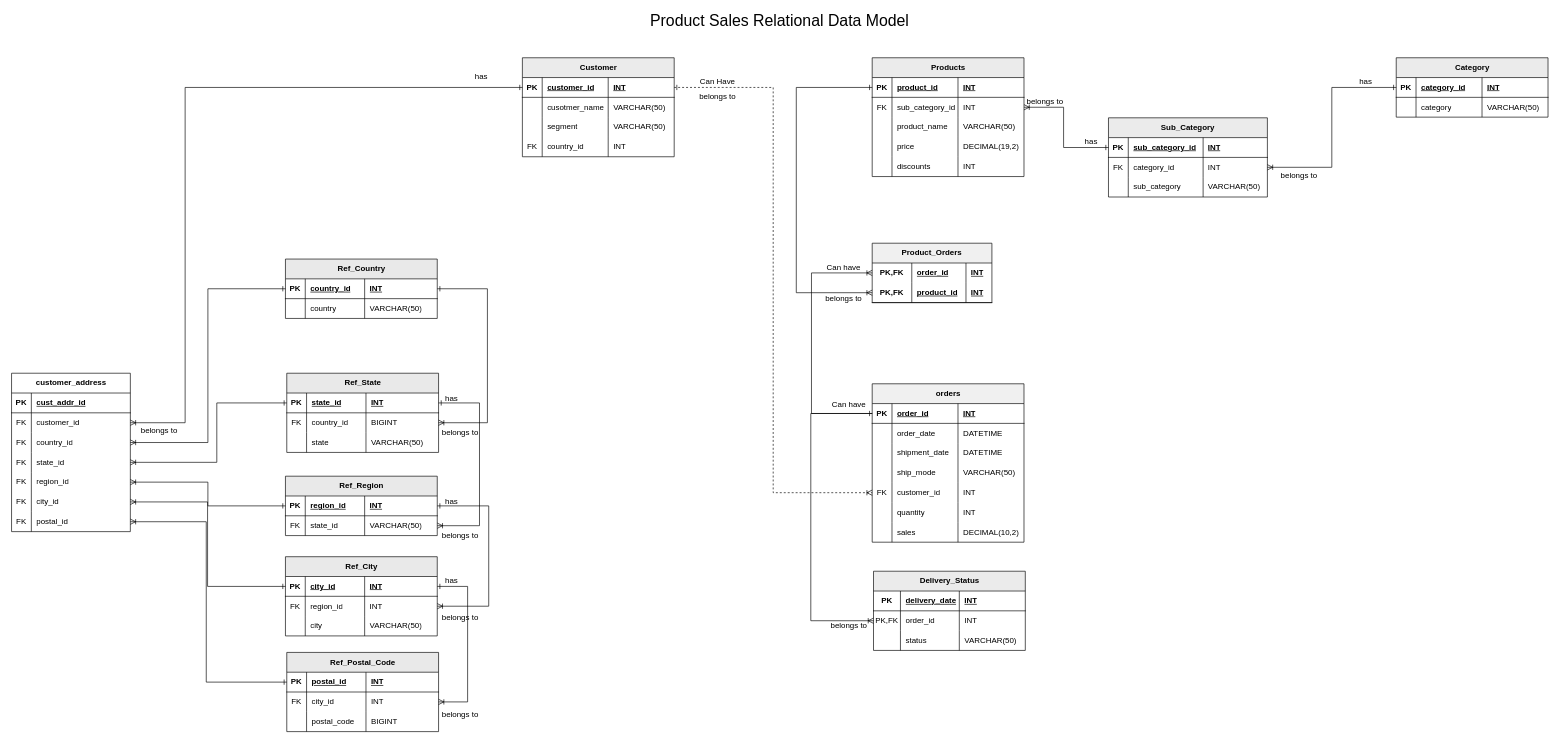
Above: page "product_sales_oltp_dm" (2 of 3) of data_modelling/Entity_Relationship_Diagram/relationships/relationships.drawio in HariHaraChandar0715/Data_Warehouse_Learnings (draw.io), before the change. Source tidied: cells renumbered, new cells numbered last; positions are measured from the earlier drawing's top-left corner, leaving out a move shared by most shapes. Both pictures are drawn from the tidied source at 66%, with x=0, y=0 at pixel (11, 11).
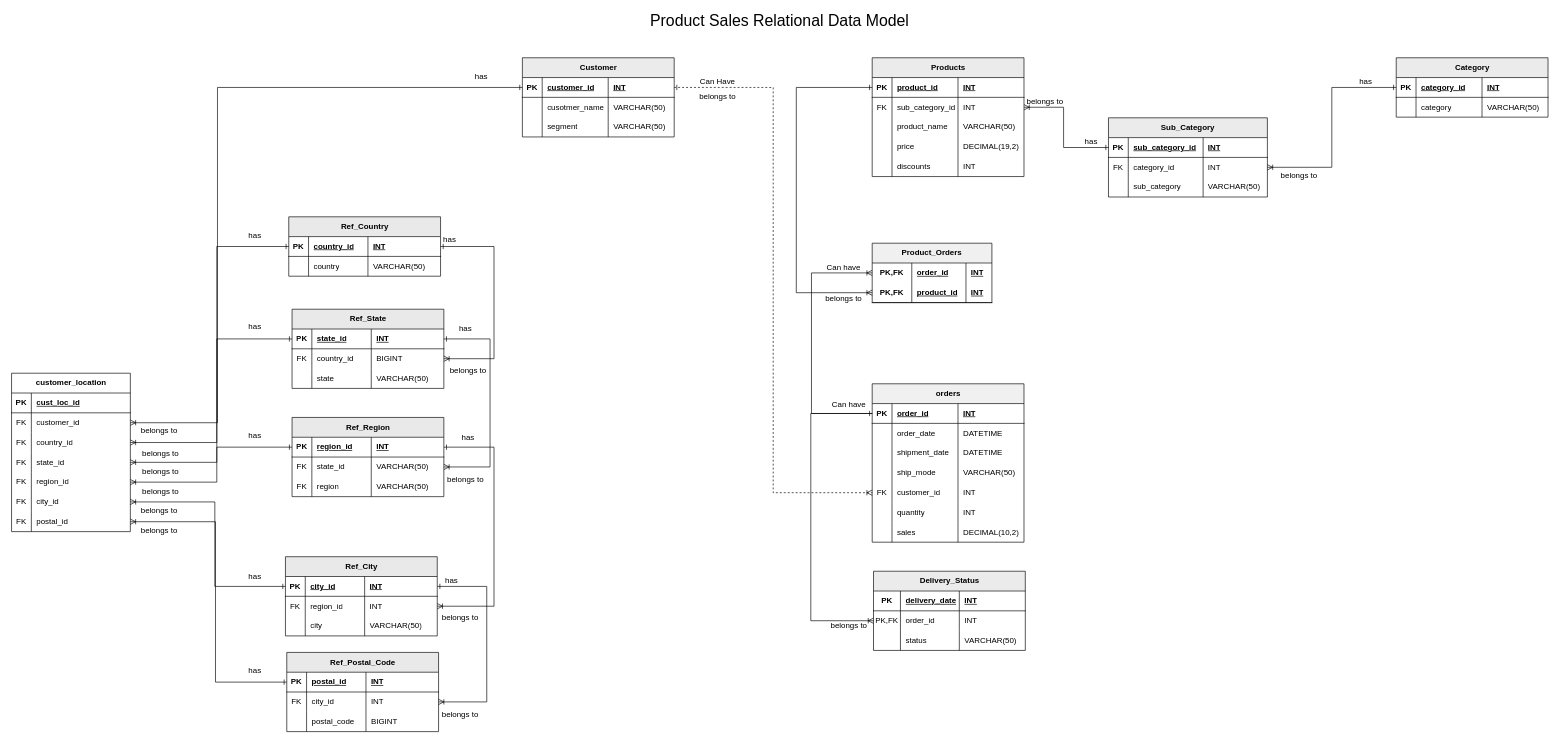
Above is the later version.

The change refers to these unchanged cells:
```xml
<mxCell id="3" style="shape=tableRow;horizontal=0;startSize=0;swimlaneHead=0;swimlaneBody=0;fillColor=none;points=[[0,0.5],[1,0.5]];portConstraint=eastwest;top=0;left=0;right=0;bottom=1;" parent="2" vertex="1">
  <mxGeometry y="30" width="230" height="30" as="geometry" />
</mxCell>
<mxCell id="20" style="shape=tableRow;horizontal=0;startSize=0;swimlaneHead=0;swimlaneBody=0;fillColor=none;points=[[0,0.5],[1,0.5]];portConstraint=eastwest;top=0;left=0;right=0;bottom=1;" parent="19" vertex="1">
  <mxGeometry y="30" width="230" height="30" as="geometry" />
</mxCell>
<mxCell id="29" style="shape=tableRow;horizontal=0;startSize=0;swimlaneHead=0;swimlaneBody=0;fillColor=none;points=[[0,0.5],[1,0.5]];portConstraint=eastwest;top=0;left=0;right=0;bottom=1;" parent="28" vertex="1">
  <mxGeometry y="30" width="230" height="30" as="geometry" />
</mxCell>
<mxCell id="105" style="shape=tableRow;horizontal=0;startSize=0;swimlaneHead=0;swimlaneBody=0;fillColor=none;points=[[0,0.5],[1,0.5]];portConstraint=eastwest;top=0;left=0;right=0;bottom=1;html=1;" parent="100" vertex="1">
  <mxGeometry y="60" width="181.4" height="30" as="geometry" />
</mxCell>
<mxCell id="113" style="shape=tableRow;horizontal=0;startSize=0;swimlaneHead=0;swimlaneBody=0;fillColor=none;points=[[0,0.5],[1,0.5]];portConstraint=eastwest;top=0;left=0;right=0;bottom=1;" parent="112" vertex="1">
  <mxGeometry y="30" width="230" height="30" as="geometry" />
</mxCell>
<mxCell id="117" style="shape=tableRow;horizontal=0;startSize=0;swimlaneHead=0;swimlaneBody=0;fillColor=none;points=[[0,0.5],[1,0.5]];portConstraint=eastwest;top=0;left=0;right=0;bottom=0;" parent="112" vertex="1">
  <mxGeometry y="60" width="230" height="30" as="geometry" />
</mxCell>
<mxCell id="126" style="shape=tableRow;horizontal=0;startSize=0;swimlaneHead=0;swimlaneBody=0;fillColor=none;points=[[0,0.5],[1,0.5]];portConstraint=eastwest;top=0;left=0;right=0;bottom=1;" parent="125" vertex="1">
  <mxGeometry y="30" width="230" height="30" as="geometry" />
</mxCell>
<mxCell id="130" style="shape=tableRow;horizontal=0;startSize=0;swimlaneHead=0;swimlaneBody=0;fillColor=none;points=[[0,0.5],[1,0.5]];portConstraint=eastwest;top=0;left=0;right=0;bottom=0;" parent="125" vertex="1">
  <mxGeometry y="60" width="230" height="30" as="geometry" />
</mxCell>
<mxCell id="135" style="shape=tableRow;horizontal=0;startSize=0;swimlaneHead=0;swimlaneBody=0;fillColor=none;points=[[0,0.5],[1,0.5]];portConstraint=eastwest;top=0;left=0;right=0;bottom=1;" parent="134" vertex="1">
  <mxGeometry y="30" width="230" height="30" as="geometry" />
</mxCell>
<mxCell id="139" style="shape=tableRow;horizontal=0;startSize=0;swimlaneHead=0;swimlaneBody=0;fillColor=none;points=[[0,0.5],[1,0.5]];portConstraint=eastwest;top=0;left=0;right=0;bottom=0;" parent="134" vertex="1">
  <mxGeometry y="60" width="230" height="30" as="geometry" />
</mxCell>
<mxCell id="148" style="shape=tableRow;horizontal=0;startSize=0;swimlaneHead=0;swimlaneBody=0;fillColor=none;points=[[0,0.5],[1,0.5]];portConstraint=eastwest;top=0;left=0;right=0;bottom=1;" parent="147" vertex="1">
  <mxGeometry y="30" width="230" height="30" as="geometry" />
</mxCell>
<mxCell id="152" style="shape=tableRow;horizontal=0;startSize=0;swimlaneHead=0;swimlaneBody=0;fillColor=none;points=[[0,0.5],[1,0.5]];portConstraint=eastwest;top=0;left=0;right=0;bottom=0;" parent="147" vertex="1">
  <mxGeometry y="60" width="230" height="30" as="geometry" />
</mxCell>
<mxCell id="201" style="shape=tableRow;horizontal=0;startSize=0;swimlaneHead=0;swimlaneBody=0;fillColor=none;top=0;left=0;right=0;bottom=1;" parent="200" vertex="1">
  <mxGeometry y="30" width="180" height="30" as="geometry" />
</mxCell>
<mxCell id="204" style="shape=tableRow;horizontal=0;startSize=0;swimlaneHead=0;swimlaneBody=0;fillColor=none;points=[[0,0.5],[1,0.5]];portConstraint=eastwest;top=0;left=0;right=0;bottom=0;" parent="200" vertex="1">
  <mxGeometry y="60" width="180" height="30" as="geometry" />
</mxCell>
<mxCell id="207" style="shape=tableRow;horizontal=0;startSize=0;swimlaneHead=0;swimlaneBody=0;fillColor=none;points=[[0,0.5],[1,0.5]];portConstraint=eastwest;top=0;left=0;right=0;bottom=0;" parent="200" vertex="1">
  <mxGeometry y="90" width="180" height="30" as="geometry" />
</mxCell>
<mxCell id="210" style="shape=tableRow;horizontal=0;startSize=0;swimlaneHead=0;swimlaneBody=0;fillColor=none;points=[[0,0.5],[1,0.5]];portConstraint=eastwest;top=0;left=0;right=0;bottom=0;" parent="200" vertex="1">
  <mxGeometry y="120" width="180" height="30" as="geometry" />
</mxCell>
<mxCell id="213" style="shape=tableRow;horizontal=0;startSize=0;swimlaneHead=0;swimlaneBody=0;fillColor=none;points=[[0,0.5],[1,0.5]];portConstraint=eastwest;top=0;left=0;right=0;bottom=0;" parent="200" vertex="1">
  <mxGeometry y="150" width="180" height="30" as="geometry" />
</mxCell>
<mxCell id="216" style="shape=tableRow;horizontal=0;startSize=0;swimlaneHead=0;swimlaneBody=0;fillColor=none;points=[[0,0.5],[1,0.5]];portConstraint=eastwest;top=0;left=0;right=0;bottom=0;" parent="200" vertex="1">
  <mxGeometry y="180" width="180" height="30" as="geometry" />
</mxCell>
<mxCell id="219" style="shape=tableRow;horizontal=0;startSize=0;swimlaneHead=0;swimlaneBody=0;fillColor=none;points=[[0,0.5],[1,0.5]];portConstraint=eastwest;top=0;left=0;right=0;bottom=0;" parent="200" vertex="1">
  <mxGeometry y="210" width="180" height="30" as="geometry" />
</mxCell>
```

Diff of the diagram source:
```diff
@@
     <mxCell id="2" value="Customer" style="shape=table;startSize=30;childLayout=tableLayout;rowLines=0;fontStyle=1;align=center;html=1;fillColor=#EBEBEB;" parent="1" vertex="1">
-      <mxGeometry x="774" y="70" width="230" height="150" as="geometry" />
+      <mxGeometry x="774" y="70" width="230" height="120" as="geometry" />
     </mxCell>
@@
-    <mxCell id="15" style="shape=tableRow;horizontal=0;startSize=0;swimlaneHead=0;swimlaneBody=0;fillColor=none;top=0;left=0;right=0;bottom=0;" parent="2" vertex="1">
-      <mxGeometry y="120" width="230" height="30" as="geometry" />
-    </mxCell>
-    <mxCell id="16" value="FK" style="shape=partialRectangle;fillColor=none;top=0;left=0;bottom=0;right=0;overflow=hidden;whiteSpace=wrap;html=1;" parent="15" vertex="1">
-      <mxGeometry width="30" height="30" as="geometry" />
-    </mxCell>
-    <mxCell id="17" value="country_id" style="shape=partialRectangle;fillColor=none;top=0;left=0;bottom=0;right=0;align=left;spacingLeft=6;overflow=hidden;whiteSpace=wrap;html=1;" parent="15" vertex="1">
-      <mxGeometry x="30" width="100" height="30" as="geometry" />
-    </mxCell>
-    <mxCell id="18" value="INT" style="shape=partialRectangle;fillColor=none;top=0;left=0;bottom=0;right=0;align=left;spacingLeft=6;overflow=hidden;whiteSpace=wrap;html=1;" parent="15" vertex="1">
-      <mxGeometry x="130" width="100" height="30" as="geometry" />
-    </mxCell>
     <mxCell id="19" value="Ref_Country" style="shape=table;startSize=30;childLayout=tableLayout;rowLines=0;fontStyle=1;align=center;html=1;fillColor=#E9E9E9;" parent="1" vertex="1">
-      <mxGeometry x="415" y="375" width="230" height="90" as="geometry" />
+      <mxGeometry x="420" y="311" width="230" height="90" as="geometry" />
     </mxCell>
@@
-    <mxCell id="109" style="edgeStyle=orthogonalEdgeStyle;fontSize=12;html=1;endArrow=ERoneToMany;rounded=0;exitX=0;exitY=0.5;exitDx=0;exitDy=0;entryX=0;entryY=0.5;entryDx=0;entryDy=0;startArrow=ERone;startFill=0;" parent="1" edge="1" source="29" target="105">
+    <mxCell id="109" style="edgeStyle=orthogonalEdgeStyle;fontSize=12;html=1;endArrow=ERoneToMany;rounded=0;exitX=0;exitY=0.5;exitDx=0;exitDy=0;entryX=0;entryY=0.5;entryDx=0;entryDy=0;startArrow=ERone;startFill=0;strokeColor=default;" parent="1" edge="1" source="29" target="105">
       <mxGeometry relative="1" as="geometry">
         <Array as="points">
           <mxPoint x="1189" y="115" />
           <mxPoint x="1189" y="426" />
         </Array>
       </mxGeometry>
     </mxCell>
@@
     <mxCell id="112" value="Ref_State" style="shape=table;startSize=30;childLayout=tableLayout;rowLines=0;fontStyle=1;align=center;html=1;fillColor=#E9E9E9;" parent="1" vertex="1">
-      <mxGeometry x="417" y="548" width="230" height="120" as="geometry" />
+      <mxGeometry x="425" y="451" width="230" height="120" as="geometry" />
     </mxCell>
@@
     <mxCell id="125" value="Ref_Region" style="shape=table;startSize=30;childLayout=tableLayout;rowLines=0;fontStyle=1;align=center;html=1;fillColor=#E9E9E9;" parent="1" vertex="1">
-      <mxGeometry x="415" y="704" width="230" height="90" as="geometry" />
+      <mxGeometry x="425" y="615" width="230" height="120" as="geometry" />
     </mxCell>
@@
+    <mxCell id="228" style="shape=tableRow;horizontal=0;startSize=0;swimlaneHead=0;swimlaneBody=0;fillColor=none;top=0;left=0;right=0;bottom=0;" parent="125" vertex="1">
+      <mxGeometry y="90" width="230" height="30" as="geometry" />
+    </mxCell>
+    <mxCell id="16" value="FK" style="shape=partialRectangle;fillColor=none;top=0;left=0;bottom=0;right=0;overflow=hidden;whiteSpace=wrap;html=1;" parent="228" vertex="1">
+      <mxGeometry width="30" height="30" as="geometry" />
+    </mxCell>
+    <mxCell id="229" value="region" style="shape=partialRectangle;fillColor=none;top=0;left=0;bottom=0;right=0;align=left;spacingLeft=6;overflow=hidden;whiteSpace=wrap;html=1;" parent="228" vertex="1">
+      <mxGeometry x="30" width="90" height="30" as="geometry" />
+    </mxCell>
+    <mxCell id="230" value="VARCHAR(50)" style="shape=partialRectangle;fillColor=none;top=0;left=0;bottom=0;right=0;align=left;spacingLeft=6;overflow=hidden;whiteSpace=wrap;html=1;" parent="228" vertex="1">
+      <mxGeometry x="120" width="110" height="30" as="geometry" />
+    </mxCell>
@@
-    <mxCell id="160" style="edgeStyle=orthogonalEdgeStyle;fontSize=12;html=1;endArrow=ERoneToMany;rounded=0;exitX=1;exitY=0.5;exitDx=0;exitDy=0;entryX=1;entryY=0.5;entryDx=0;entryDy=0;startArrow=ERone;startFill=0;" parent="1" edge="1" source="113" target="130">
-      <mxGeometry relative="1" as="geometry">
-        <Array as="points">
-          <mxPoint x="709" y="593" />
-          <mxPoint x="709" y="779" />
-        </Array>
-      </mxGeometry>
-    </mxCell>
-    <mxCell id="161" style="edgeStyle=orthogonalEdgeStyle;fontSize=12;html=1;endArrow=ERoneToMany;rounded=0;exitX=1;exitY=0.5;exitDx=0;exitDy=0;entryX=1;entryY=0.5;entryDx=0;entryDy=0;startArrow=ERone;startFill=0;" parent="1" edge="1" source="126" target="139">
-      <mxGeometry relative="1" as="geometry">
-        <Array as="points">
-          <mxPoint x="723" y="749" />
-          <mxPoint x="723" y="901" />
-        </Array>
-      </mxGeometry>
-    </mxCell>
     <mxCell id="162" style="edgeStyle=orthogonalEdgeStyle;fontSize=12;html=1;endArrow=ERoneToMany;rounded=0;exitX=1;exitY=0.5;exitDx=0;exitDy=0;entryX=1;entryY=0.5;entryDx=0;entryDy=0;startArrow=ERone;startFill=0;" parent="1" edge="1" source="135" target="152">
       <mxGeometry relative="1" as="geometry">
         <Array as="points">
-          <mxPoint x="691" y="871" />
-          <mxPoint x="691" y="1046" />
+          <mxPoint x="720" y="871" />
+          <mxPoint x="720" y="1046" />
         </Array>
       </mxGeometry>
     </mxCell>
@@
     <mxCell id="192" value="has" style="text;html=1;whiteSpace=wrap;strokeColor=none;fillColor=none;align=center;verticalAlign=middle;rounded=0;" parent="1" vertex="1">
-      <mxGeometry x="637" y="571" width="60" height="30" as="geometry" />
+      <mxGeometry x="634" y="331" width="60" height="30" as="geometry" />
     </mxCell>
     <mxCell id="193" value="has" style="text;html=1;whiteSpace=wrap;strokeColor=none;fillColor=none;align=center;verticalAlign=middle;rounded=0;" parent="1" vertex="1">
-      <mxGeometry x="637" y="727" width="60" height="30" as="geometry" />
+      <mxGeometry x="662" y="631" width="60" height="30" as="geometry" />
     </mxCell>
@@
     <mxCell id="197" value="belongs to" style="text;html=1;whiteSpace=wrap;strokeColor=none;fillColor=none;align=center;verticalAlign=middle;rounded=0;" parent="1" vertex="1">
-      <mxGeometry x="650" y="779" width="60" height="30" as="geometry" />
+      <mxGeometry x="658" y="695" width="60" height="30" as="geometry" />
     </mxCell>
     <mxCell id="198" value="belongs to" style="text;html=1;whiteSpace=wrap;strokeColor=none;fillColor=none;align=center;verticalAlign=middle;rounded=0;" parent="1" vertex="1">
-      <mxGeometry x="650" y="623" width="60" height="30" as="geometry" />
+      <mxGeometry x="662" y="529" width="60" height="30" as="geometry" />
     </mxCell>
-    <mxCell id="199" style="edgeStyle=orthogonalEdgeStyle;fontSize=12;html=1;endArrow=ERoneToMany;rounded=0;exitX=1;exitY=0.5;exitDx=0;exitDy=0;entryX=1;entryY=0.5;entryDx=0;entryDy=0;startArrow=ERone;startFill=0;" parent="1" edge="1" source="20" target="117">
-      <mxGeometry relative="1" as="geometry">
-        <Array as="points">
-          <mxPoint x="721" y="420" />
-          <mxPoint x="721" y="623" />
-        </Array>
-      </mxGeometry>
-    </mxCell>
-    <mxCell id="200" value="customer_address" style="shape=table;startSize=30;childLayout=tableLayout;rowLines=0;fontStyle=1;align=center;html=1;" parent="1" vertex="1">
+    <mxCell id="200" value="customer_location" style="shape=table;startSize=30;childLayout=tableLayout;rowLines=0;fontStyle=1;align=center;html=1;" parent="1" vertex="1">
       <mxGeometry y="548" width="180" height="240" as="geometry" />
     </mxCell>
@@
-    <mxCell id="203" value="cust_addr_id" style="shape=partialRectangle;fillColor=none;top=0;left=0;bottom=0;right=0;align=left;spacingLeft=6;fontStyle=5;overflow=hidden;whiteSpace=wrap;html=1;" parent="201" vertex="1">
+    <mxCell id="203" value="cust_loc_id" style="shape=partialRectangle;fillColor=none;top=0;left=0;bottom=0;right=0;align=left;spacingLeft=6;fontStyle=5;overflow=hidden;whiteSpace=wrap;html=1;" parent="201" vertex="1">
       <mxGeometry x="30" width="150" height="30" as="geometry" />
     </mxCell>
@@
     <mxCell id="222" style="edgeStyle=orthogonalEdgeStyle;fontSize=12;html=1;endArrow=ERoneToMany;rounded=0;entryX=1;entryY=0.5;entryDx=0;entryDy=0;exitX=0;exitY=0.5;exitDx=0;exitDy=0;startArrow=ERone;startFill=0;" parent="1" edge="1" source="20" target="207">
-      <mxGeometry relative="1" as="geometry" />
+      <mxGeometry relative="1" as="geometry">
+        <Array as="points">
+          <mxPoint x="311" y="356" />
+          <mxPoint x="311" y="653" />
+        </Array>
+      </mxGeometry>
     </mxCell>
     <mxCell id="223" style="edgeStyle=orthogonalEdgeStyle;fontSize=12;html=1;endArrow=ERoneToMany;rounded=0;entryX=1;entryY=0.5;entryDx=0;entryDy=0;exitX=0;exitY=0.5;exitDx=0;exitDy=0;startArrow=ERone;startFill=0;" parent="1" edge="1" source="113" target="210">
       <mxGeometry relative="1" as="geometry">
         <Array as="points">
-          <mxPoint x="311" y="593" />
+          <mxPoint x="311" y="496" />
           <mxPoint x="311" y="683" />
         </Array>
       </mxGeometry>
     </mxCell>
     <mxCell id="224" style="edgeStyle=orthogonalEdgeStyle;fontSize=12;html=1;endArrow=ERoneToMany;rounded=0;entryX=1;entryY=0.5;entryDx=0;entryDy=0;exitX=0;exitY=0.5;exitDx=0;exitDy=0;startArrow=ERone;startFill=0;" parent="1" edge="1" source="126" target="213">
-      <mxGeometry relative="1" as="geometry" />
+      <mxGeometry relative="1" as="geometry">
+        <Array as="points">
+          <mxPoint x="311" y="660" />
+          <mxPoint x="311" y="713" />
+        </Array>
+      </mxGeometry>
     </mxCell>
     <mxCell id="225" style="edgeStyle=orthogonalEdgeStyle;fontSize=12;html=1;endArrow=ERoneToMany;rounded=0;entryX=1;entryY=0.5;entryDx=0;entryDy=0;exitX=0;exitY=0.5;exitDx=0;exitDy=0;startArrow=ERone;startFill=0;" parent="1" edge="1" source="135" target="216">
       <mxGeometry relative="1" as="geometry">
         <Array as="points">
-          <mxPoint x="297" y="871" />
-          <mxPoint x="297" y="743" />
+          <mxPoint x="308" y="871" />
+          <mxPoint x="308" y="743" />
         </Array>
       </mxGeometry>
     </mxCell>
     <mxCell id="226" style="edgeStyle=orthogonalEdgeStyle;fontSize=12;html=1;endArrow=ERoneToMany;rounded=0;entryX=1;entryY=0.5;entryDx=0;entryDy=0;exitX=0;exitY=0.5;exitDx=0;exitDy=0;startArrow=ERone;startFill=0;" parent="1" edge="1" source="148" target="219">
       <mxGeometry relative="1" as="geometry">
         <Array as="points">
-          <mxPoint x="295" y="1016" />
-          <mxPoint x="295" y="773" />
+          <mxPoint x="309" y="1016" />
+          <mxPoint x="309" y="773" />
         </Array>
       </mxGeometry>
     </mxCell>
     <mxCell id="227" style="edgeStyle=orthogonalEdgeStyle;fontSize=12;html=1;endArrow=ERoneToMany;rounded=0;exitX=0;exitY=0.5;exitDx=0;exitDy=0;entryX=1;entryY=0.5;entryDx=0;entryDy=0;startArrow=ERone;startFill=0;" parent="1" edge="1" source="3" target="204">
       <mxGeometry relative="1" as="geometry">
         <Array as="points">
-          <mxPoint x="263" y="115" />
-          <mxPoint x="263" y="623" />
+          <mxPoint x="312" y="115" />
+          <mxPoint x="312" y="623" />
         </Array>
       </mxGeometry>
     </mxCell>
+    <mxCell id="199" style="edgeStyle=orthogonalEdgeStyle;fontSize=12;html=1;endArrow=ERoneToMany;rounded=0;exitX=1;exitY=0.5;exitDx=0;exitDy=0;entryX=1;entryY=0.5;entryDx=0;entryDy=0;startArrow=ERone;startFill=0;" parent="1" edge="1" source="20" target="117">
+      <mxGeometry relative="1" as="geometry">
+        <Array as="points">
+          <mxPoint x="731" y="356" />
+          <mxPoint x="731" y="526" />
+        </Array>
+      </mxGeometry>
+    </mxCell>
+    <mxCell id="160" style="edgeStyle=orthogonalEdgeStyle;fontSize=12;html=1;endArrow=ERoneToMany;rounded=0;exitX=1;exitY=0.5;exitDx=0;exitDy=0;entryX=1;entryY=0.5;entryDx=0;entryDy=0;startArrow=ERone;startFill=0;" parent="1" edge="1" source="113" target="130">
+      <mxGeometry relative="1" as="geometry">
+        <Array as="points">
+          <mxPoint x="725" y="496" />
+          <mxPoint x="725" y="690" />
+        </Array>
+      </mxGeometry>
+    </mxCell>
+    <mxCell id="161" style="edgeStyle=orthogonalEdgeStyle;fontSize=12;html=1;endArrow=ERoneToMany;rounded=0;exitX=1;exitY=0.5;exitDx=0;exitDy=0;entryX=1;entryY=0.5;entryDx=0;entryDy=0;startArrow=ERone;startFill=0;" parent="1" edge="1" source="126" target="139">
+      <mxGeometry relative="1" as="geometry">
+        <Array as="points">
+          <mxPoint x="731" y="660" />
+          <mxPoint x="731" y="901" />
+        </Array>
+      </mxGeometry>
+    </mxCell>
+    <mxCell id="231" value="has" style="text;html=1;whiteSpace=wrap;strokeColor=none;fillColor=none;align=center;verticalAlign=middle;rounded=0;" parent="1" vertex="1">
+      <mxGeometry x="658" y="466" width="60" height="30" as="geometry" />
+    </mxCell>
+    <mxCell id="232" value="belongs to" style="text;html=1;whiteSpace=wrap;strokeColor=none;fillColor=none;align=center;verticalAlign=middle;rounded=0;" parent="1" vertex="1">
+      <mxGeometry x="194" y="772" width="60" height="30" as="geometry" />
+    </mxCell>
+    <mxCell id="233" value="belongs to" style="text;html=1;whiteSpace=wrap;strokeColor=none;fillColor=none;align=center;verticalAlign=middle;rounded=0;" parent="1" vertex="1">
+      <mxGeometry x="194" y="742" width="60" height="30" as="geometry" />
+    </mxCell>
+    <mxCell id="234" value="belongs to" style="text;html=1;whiteSpace=wrap;strokeColor=none;fillColor=none;align=center;verticalAlign=middle;rounded=0;" parent="1" vertex="1">
+      <mxGeometry x="196" y="712" width="60" height="30" as="geometry" />
+    </mxCell>
+    <mxCell id="235" value="belongs to" style="text;html=1;whiteSpace=wrap;strokeColor=none;fillColor=none;align=center;verticalAlign=middle;rounded=0;" parent="1" vertex="1">
+      <mxGeometry x="196" y="682" width="60" height="30" as="geometry" />
+    </mxCell>
+    <mxCell id="236" value="belongs to" style="text;html=1;whiteSpace=wrap;strokeColor=none;fillColor=none;align=center;verticalAlign=middle;rounded=0;" parent="1" vertex="1">
+      <mxGeometry x="196" y="655" width="60" height="30" as="geometry" />
+    </mxCell>
+    <mxCell id="237" value="has" style="text;html=1;whiteSpace=wrap;strokeColor=none;fillColor=none;align=center;verticalAlign=middle;rounded=0;" parent="1" vertex="1">
+      <mxGeometry x="339" y="325" width="60" height="30" as="geometry" />
+    </mxCell>
+    <mxCell id="238" value="has" style="text;html=1;whiteSpace=wrap;strokeColor=none;fillColor=none;align=center;verticalAlign=middle;rounded=0;" parent="1" vertex="1">
+      <mxGeometry x="339" y="462" width="60" height="30" as="geometry" />
+    </mxCell>
+    <mxCell id="239" value="has" style="text;html=1;whiteSpace=wrap;strokeColor=none;fillColor=none;align=center;verticalAlign=middle;rounded=0;" parent="1" vertex="1">
+      <mxGeometry x="339" y="628" width="60" height="30" as="geometry" />
+    </mxCell>
+    <mxCell id="240" value="has" style="text;html=1;whiteSpace=wrap;strokeColor=none;fillColor=none;align=center;verticalAlign=middle;rounded=0;" parent="1" vertex="1">
+      <mxGeometry x="339" y="842" width="60" height="30" as="geometry" />
+    </mxCell>
+    <mxCell id="241" value="has" style="text;html=1;whiteSpace=wrap;strokeColor=none;fillColor=none;align=center;verticalAlign=middle;rounded=0;" parent="1" vertex="1">
+      <mxGeometry x="339" y="983" width="60" height="30" as="geometry" />
+    </mxCell>
```
